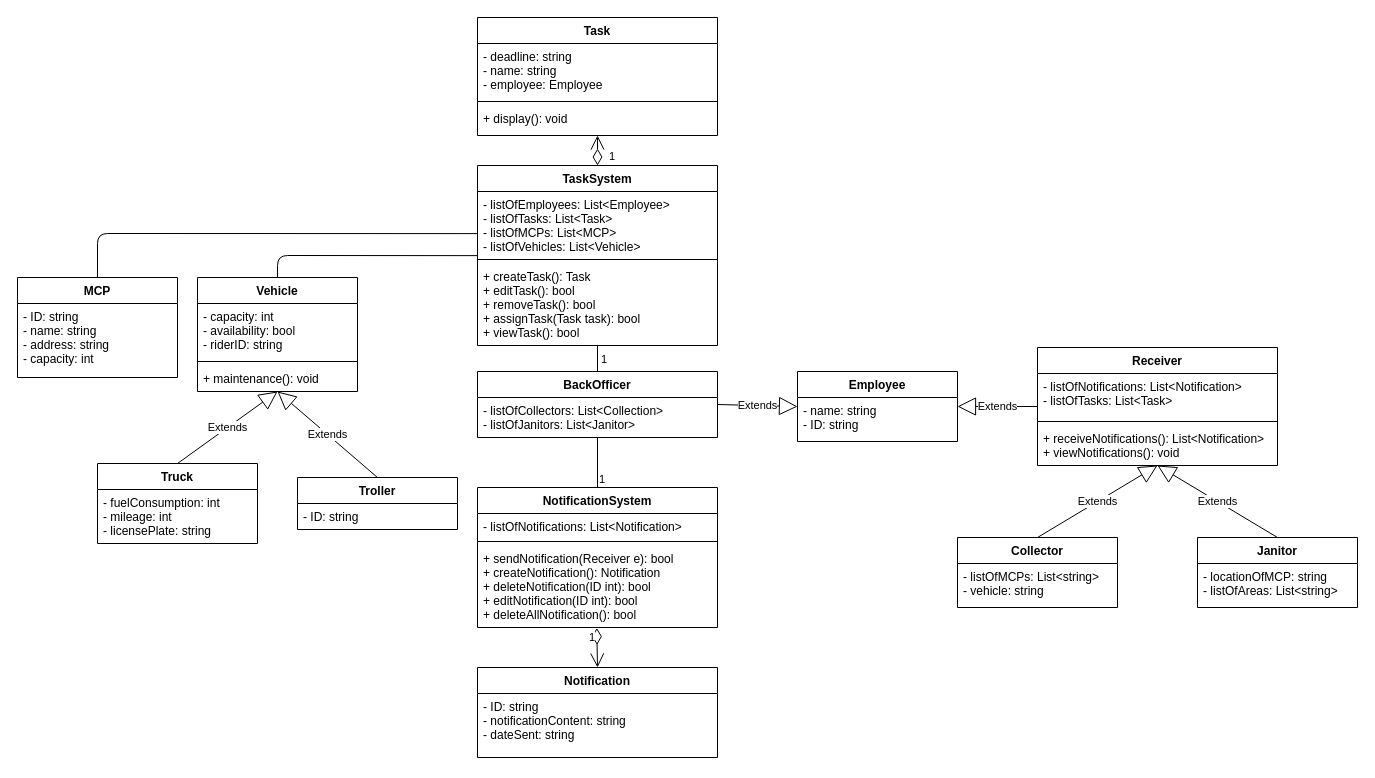
The draw.io diagram page "Task 2.3" (3 of 3) of Tasks 1-4/task2.drawio in thuankhangho/btl-cnpm, before the edit. Source tidied: cells renumbered, new cells numbered last; positions are measured from the earlier drawing's top-left corner, leaving out a move shared by most shapes. Both pictures are drawn from the tidied source at 100%, with x=0, y=0 at pixel (17, 17).
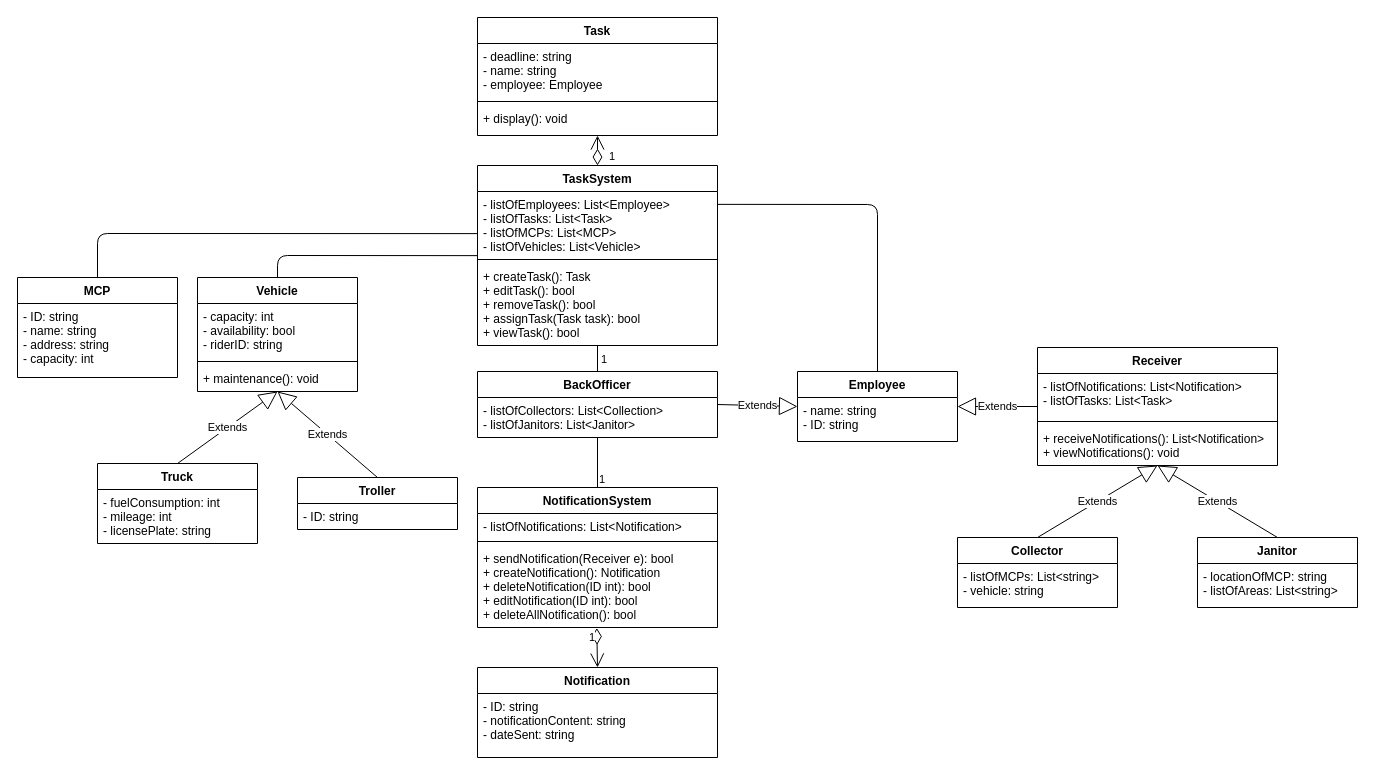
The same diagram, later.

The change refers to these unchanged cells:
```xml
<mxCell id="6" value="Employee" style="swimlane;fontStyle=1;align=center;verticalAlign=top;horizontal=1;startSize=26;" parent="1" vertex="1">
  <mxGeometry x="780" y="354" width="160" height="70" as="geometry" />
</mxCell>
<mxCell id="20" value="- listOfEmployees: List&lt;Employee&gt;&#10;- listOfTasks: List&lt;Task&gt;&#10;- listOfMCPs: List&lt;MCP&gt;&#10;- listOfVehicles: List&lt;Vehicle&gt;" style="text;strokeColor=none;fillColor=none;align=left;verticalAlign=top;spacingLeft=4;spacingRight=4;overflow=hidden;points=[[0,0.5],[1,0.5]];portConstraint=eastwest;" parent="19" vertex="1">
  <mxGeometry y="26" width="240" height="64" as="geometry" />
</mxCell>
```

Change to the diagram source:
```diff
@@
+    <mxCell id="54" style="endArrow=none;html=1;exitX=1.002;exitY=0.201;exitDx=0;exitDy=0;exitPerimeter=0;entryX=0.5;entryY=0;entryDx=0;entryDy=0;" parent="1" edge="1" source="20" target="6">
+      <mxGeometry relative="1" as="geometry">
+        <Array as="points">
+          <mxPoint x="860" y="187" />
+        </Array>
+      </mxGeometry>
+    </mxCell>
```
